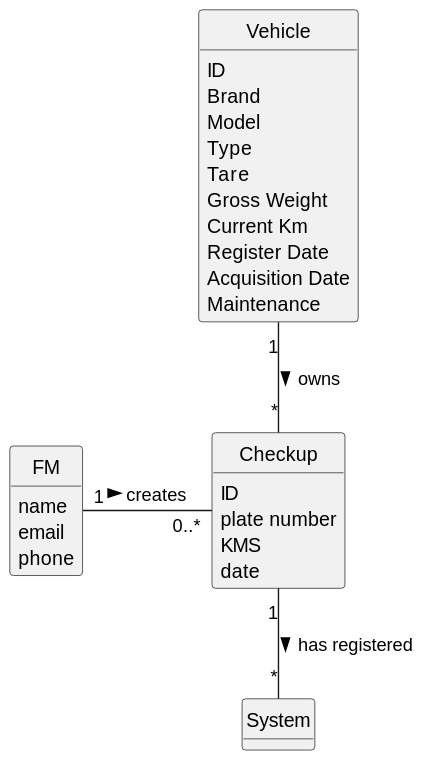
The PlantUML diagram docs/sprintA&B/us007/02.analysis/svg/us007-domain-model.svg in daniel41silva05/ISEP_2023_2024_LAPR2, before a commit.
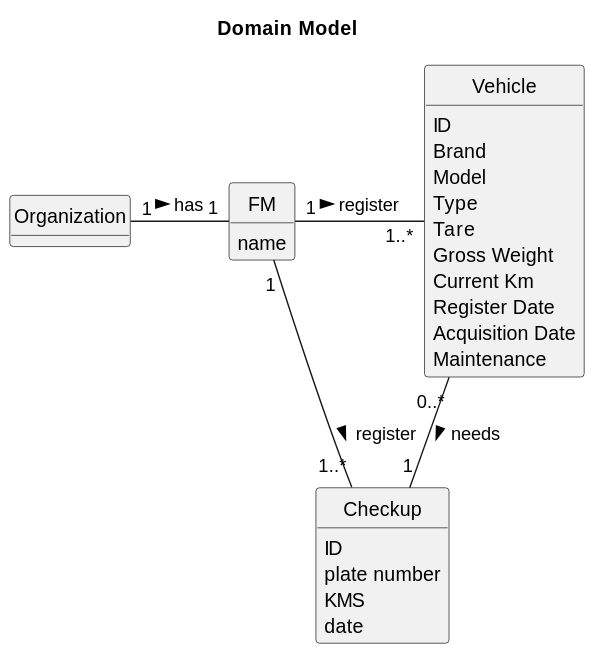
Above is the later version.

Change to the diagram source:
```diff
@@ -7,14 +7,14 @@
 skinparam classAttributeIconSize 0
 
 hide circle
+
 hide methods
 
-
+title Domain Model
 
 class FM {
     name
-    email
-    phone
+
 }
 
 class Checkup {
@@ -23,7 +23,6 @@
      KMS
      date
 }
-
 
 class Vehicle {
     ID
@@ -38,9 +37,8 @@
     Maintenance
 }
 
-
-FM "1" - "0..*" Checkup : creates >
-Vehicle "1" -- "*" Checkup : owns >
-Checkup "1" -- "*" System : has registered >
-
+Organization "1" - "1" FM : has >
+FM "1" - "1..*" Vehicle : register >
+FM "1" - "1..*" Checkup : register >
+Vehicle "0..*" -- "1" Checkup : needs >
 @enduml
```
